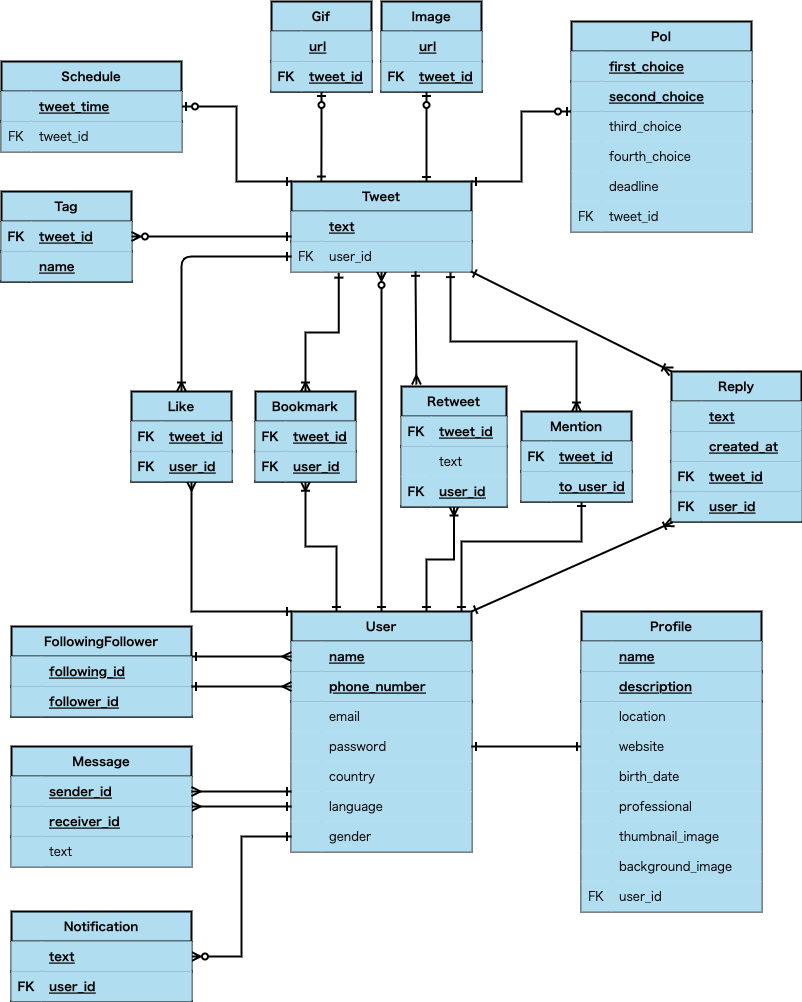
This is tweet.drawio.png from yuma-matsui/fjord_draft, a draw.io export, as it was before one commit. Source tidied: cells renumbered, new cells last; positions are measured from the earlier drawing's top-left corner, leaving out a move shared by most shapes.
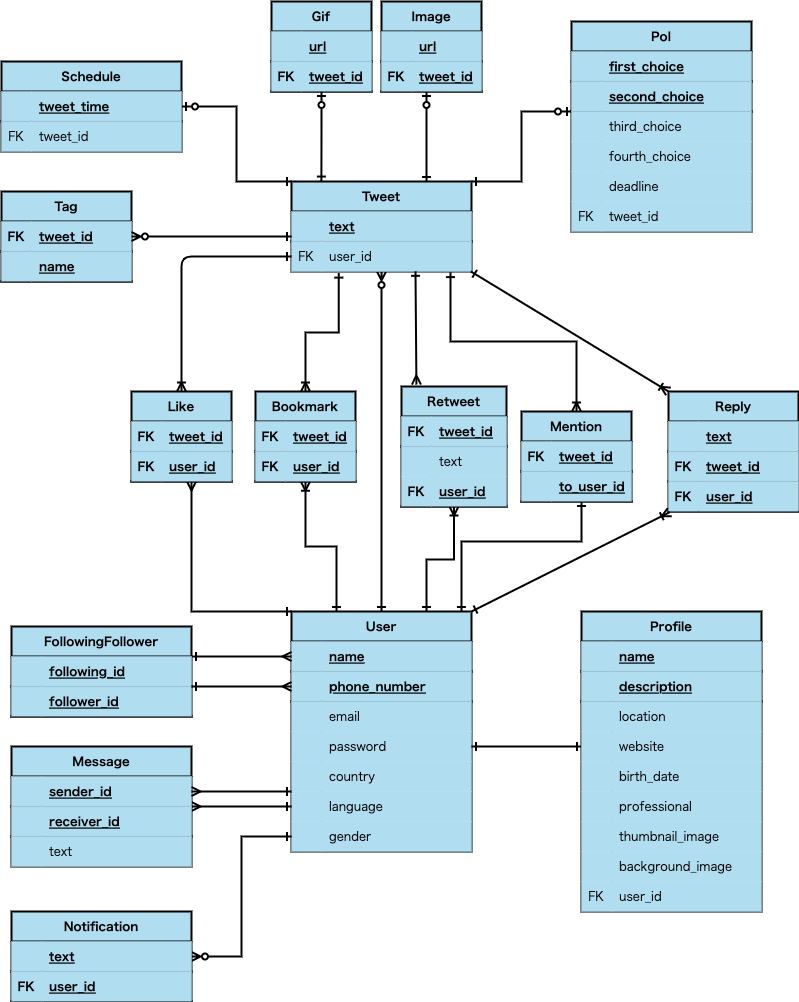
The same diagram one commit later.

Commit message:
Twitter機能のDB設計#5 修正

Change to the diagram source:
```diff
@@ -173,7 +173,7 @@
       <mxGeometry x="30" width="100" height="30" as="geometry" />
     </mxCell>
     <mxCell id="52" value="Reply" style="shape=table;startSize=30;rowLines=0;fontStyle=1;align=center;swimlaneFillColor=default;fillColor=#b1ddf0;rounded=0;labelBackgroundColor=none;labelBorderColor=none;strokeWidth=2;strokeColor=#000000;verticalAlign=middle;fontFamily=Garamond;fontColor=#000000;" parent="1" vertex="1">
-      <mxGeometry x="670" y="370" width="130" height="150" as="geometry" />
+      <mxGeometry x="667" y="390" width="130" height="120" as="geometry" />
     </mxCell>
     <mxCell id="53" style="shape=partialRectangle;fillColor=#b1ddf0;top=0;left=0;bottom=1;right=0;rounded=0;labelBackgroundColor=none;labelBorderColor=none;strokeWidth=2;strokeColor=#000000;verticalAlign=middle;fontFamily=Garamond;fontColor=#000000;" parent="52" vertex="1">
       <mxGeometry y="30" width="130" height="30" as="geometry" />
@@ -184,17 +184,8 @@
     <mxCell id="55" value="text" style="shape=partialRectangle;fillColor=#b1ddf0;top=0;left=0;bottom=0;right=0;align=left;spacingLeft=6;fontStyle=5;overflow=hidden;rounded=0;labelBackgroundColor=none;labelBorderColor=none;strokeWidth=2;strokeColor=#000000;verticalAlign=middle;fontFamily=Garamond;fontColor=#000000;" parent="53" vertex="1">
       <mxGeometry x="30" width="100" height="30" as="geometry" />
     </mxCell>
-    <mxCell id="56" style="shape=partialRectangle;fillColor=#b1ddf0;top=0;left=0;bottom=1;right=0;rounded=0;labelBackgroundColor=none;labelBorderColor=none;strokeWidth=2;strokeColor=#000000;verticalAlign=middle;fontFamily=Garamond;fontColor=#000000;" parent="52" vertex="1">
-      <mxGeometry y="60" width="130" height="30" as="geometry" />
-    </mxCell>
-    <mxCell id="57" style="shape=partialRectangle;fillColor=#b1ddf0;top=0;left=0;bottom=0;right=0;fontStyle=1;overflow=hidden;rounded=0;labelBackgroundColor=none;labelBorderColor=none;strokeWidth=2;strokeColor=#000000;verticalAlign=middle;fontFamily=Garamond;fontColor=#000000;" parent="56" vertex="1">
-      <mxGeometry width="30" height="30" as="geometry" />
-    </mxCell>
-    <mxCell id="58" value="created_at" style="shape=partialRectangle;fillColor=#b1ddf0;top=0;left=0;bottom=0;right=0;align=left;spacingLeft=6;fontStyle=5;overflow=hidden;rounded=0;labelBackgroundColor=none;labelBorderColor=none;strokeWidth=2;strokeColor=#000000;verticalAlign=middle;fontFamily=Garamond;fontColor=#000000;" parent="56" vertex="1">
-      <mxGeometry x="30" width="100" height="30" as="geometry" />
-    </mxCell>
     <mxCell id="59" style="shape=partialRectangle;fillColor=#b1ddf0;top=0;left=0;bottom=1;right=0;rounded=0;labelBackgroundColor=none;labelBorderColor=none;strokeWidth=2;strokeColor=#000000;verticalAlign=middle;fontFamily=Garamond;fontColor=#000000;" parent="52" vertex="1">
-      <mxGeometry y="90" width="130" height="30" as="geometry" />
+      <mxGeometry y="60" width="130" height="30" as="geometry" />
     </mxCell>
     <mxCell id="60" value="FK" style="shape=partialRectangle;fillColor=#b1ddf0;top=0;left=0;bottom=0;right=0;fontStyle=1;overflow=hidden;rounded=0;labelBackgroundColor=none;labelBorderColor=none;strokeWidth=2;strokeColor=#000000;verticalAlign=middle;fontFamily=Garamond;fontColor=#000000;" parent="59" vertex="1">
       <mxGeometry width="30" height="30" as="geometry" />
@@ -203,7 +194,7 @@
       <mxGeometry x="30" width="100" height="30" as="geometry" />
     </mxCell>
     <mxCell id="62" style="shape=partialRectangle;fillColor=#b1ddf0;top=0;left=0;bottom=1;right=0;points=[[0,0.5],[1,0.5]];portConstraint=eastwest;rounded=0;labelBackgroundColor=none;labelBorderColor=none;strokeWidth=2;strokeColor=#000000;verticalAlign=middle;fontFamily=Garamond;fontColor=#000000;" parent="52" vertex="1">
-      <mxGeometry y="120" width="130" height="30" as="geometry" />
+      <mxGeometry y="90" width="130" height="30" as="geometry" />
     </mxCell>
     <mxCell id="63" value="FK" style="shape=partialRectangle;fillColor=#b1ddf0;top=0;left=0;bottom=0;right=0;fontStyle=1;overflow=hidden;rounded=0;labelBackgroundColor=none;labelBorderColor=none;strokeWidth=2;strokeColor=#000000;verticalAlign=middle;fontFamily=Garamond;fontColor=#000000;" parent="62" vertex="1">
       <mxGeometry width="30" height="30" as="geometry" />
```
